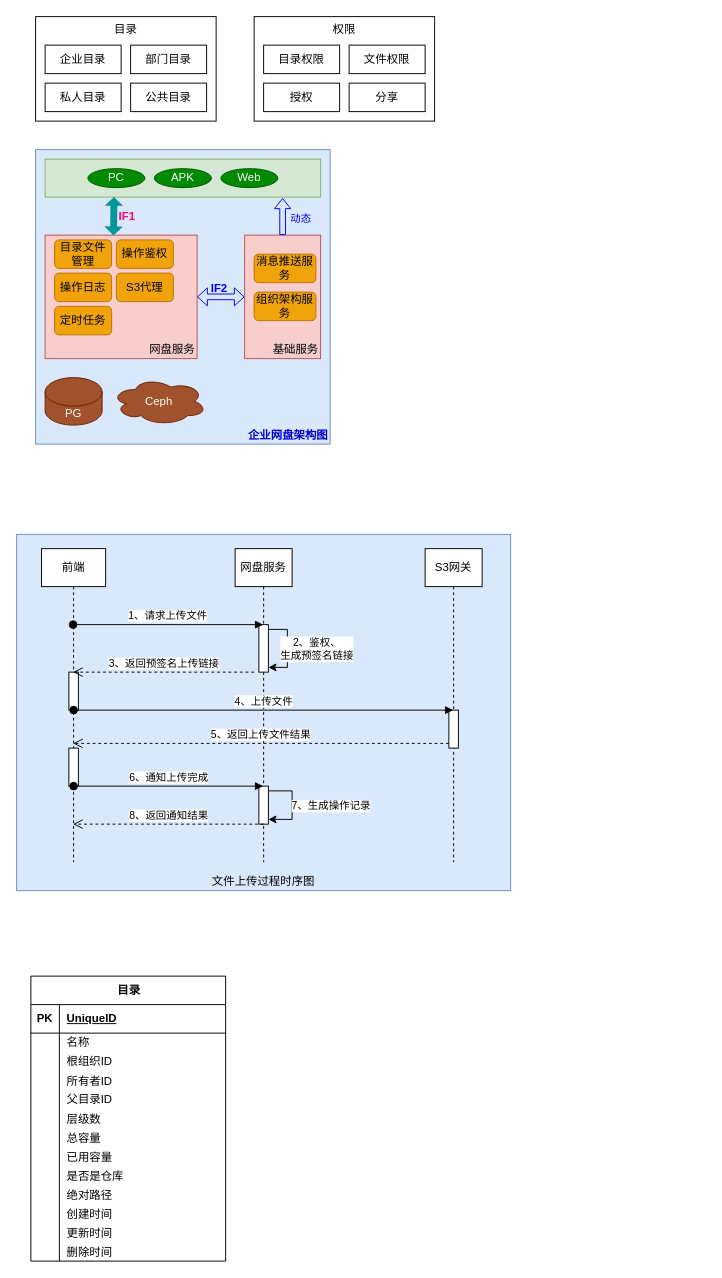
Above: page "企业网盘" (4 of 4) of StreamOA架构设计.drawio in zebra-min/my-design (draw.io), before the change. Source tidied: cells renumbered, new cells numbered last; positions are measured from the earlier drawing's top-left corner, leaving out a move shared by most shapes. Both pictures are drawn from the tidied source at 95%, with x=0, y=0 at pixel (16, 16).
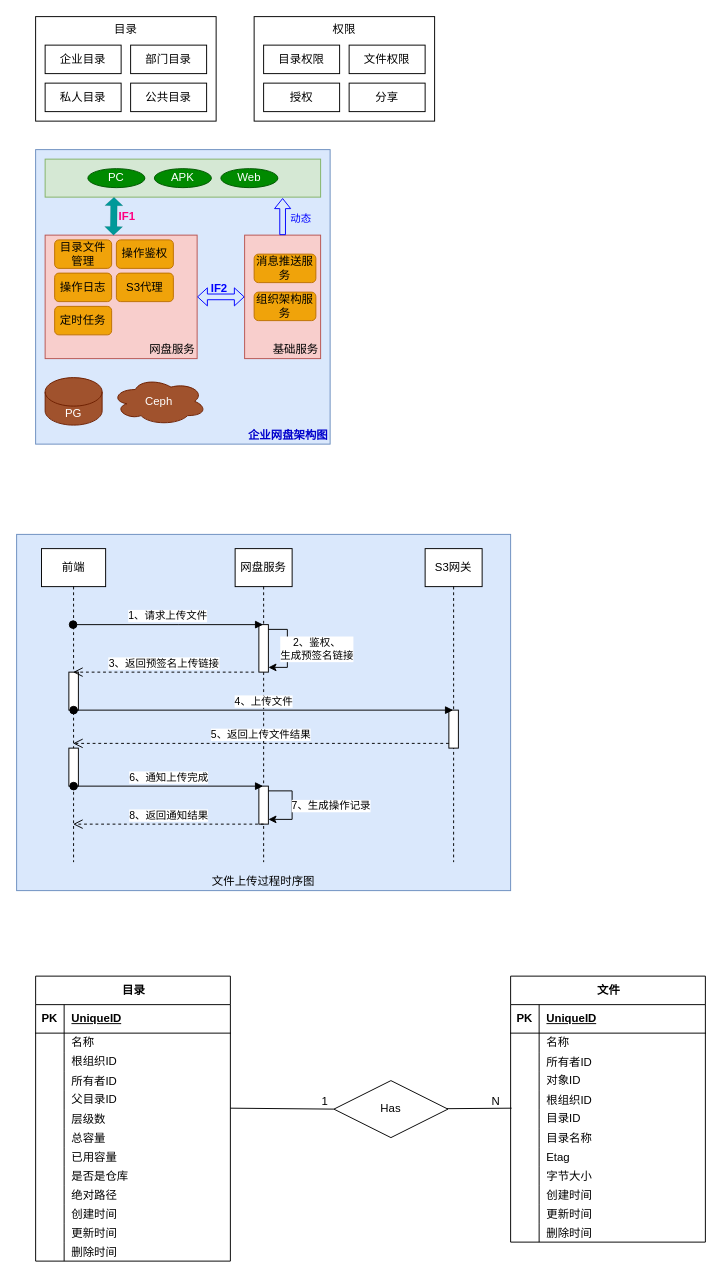
The same diagram, later.

Commit message:
更新StreamOA架构设计.drawio

Unchanged cells that the change refers to:
```xml
<mxCell id="69" style="shape=tableRow;horizontal=0;startSize=0;swimlaneHead=0;swimlaneBody=0;fillColor=none;points=[[0,0.5],[1,0.5]];portConstraint=eastwest;top=0;left=0;right=0;bottom=0;" parent="53" vertex="1">
  <mxGeometry y="140" width="205" height="20" as="geometry" />
</mxCell>
```

Change to the diagram source:
```diff
@@
     <mxCell id="53" value="目录" style="shape=table;startSize=30;childLayout=tableLayout;rowLines=0;fontStyle=1;align=center;html=1;" parent="1" vertex="1">
-      <mxGeometry x="15" y="1010" width="205" height="300" as="geometry" />
+      <mxGeometry x="20" y="1010" width="205" height="300" as="geometry" />
     </mxCell>
@@
+    <mxCell id="93" value="文件" style="shape=table;startSize=30;childLayout=tableLayout;rowLines=0;fontStyle=1;align=center;html=1;" parent="1" vertex="1">
+      <mxGeometry x="520" y="1010" width="205" height="280" as="geometry" />
+    </mxCell>
+    <mxCell id="94" style="shape=tableRow;horizontal=0;startSize=0;swimlaneHead=0;swimlaneBody=0;fillColor=none;top=0;left=0;right=0;bottom=1;" parent="93" vertex="1">
+      <mxGeometry y="30" width="205" height="30" as="geometry" />
+    </mxCell>
+    <mxCell id="95" value="PK" style="shape=partialRectangle;fillColor=none;top=0;left=0;bottom=0;right=0;fontStyle=1;overflow=hidden;whiteSpace=wrap;html=1;" parent="94" vertex="1">
+      <mxGeometry width="30" height="30" as="geometry" />
+    </mxCell>
+    <mxCell id="96" value="UniqueID" style="shape=partialRectangle;fillColor=none;top=0;left=0;bottom=0;right=0;align=left;spacingLeft=6;fontStyle=5;overflow=hidden;whiteSpace=wrap;html=1;" parent="94" vertex="1">
+      <mxGeometry x="30" width="175" height="30" as="geometry" />
+    </mxCell>
+    <mxCell id="97" style="shape=tableRow;horizontal=0;startSize=0;swimlaneHead=0;swimlaneBody=0;fillColor=none;top=0;left=0;right=0;bottom=0;" parent="93" vertex="1">
+      <mxGeometry y="60" width="205" height="20" as="geometry" />
+    </mxCell>
+    <mxCell id="98" style="shape=partialRectangle;fillColor=none;top=0;left=0;bottom=0;right=0;overflow=hidden;whiteSpace=wrap;html=1;" parent="97" vertex="1">
+      <mxGeometry width="30" height="20" as="geometry" />
+    </mxCell>
+    <mxCell id="99" value="名称" style="shape=partialRectangle;fillColor=none;top=0;left=0;bottom=0;right=0;align=left;spacingLeft=6;overflow=hidden;whiteSpace=wrap;html=1;" parent="97" vertex="1">
+      <mxGeometry x="30" width="175" height="20" as="geometry" />
+    </mxCell>
+    <mxCell id="100" style="shape=tableRow;horizontal=0;startSize=0;swimlaneHead=0;swimlaneBody=0;fillColor=none;top=0;left=0;right=0;bottom=0;" parent="93" vertex="1">
+      <mxGeometry y="80" width="205" height="20" as="geometry" />
+    </mxCell>
+    <mxCell id="101" style="shape=partialRectangle;fillColor=none;top=0;left=0;bottom=0;right=0;overflow=hidden;" parent="100" vertex="1">
+      <mxGeometry width="30" height="20" as="geometry" />
+    </mxCell>
+    <mxCell id="102" value="所有者ID" style="shape=partialRectangle;fillColor=none;top=0;left=0;bottom=0;right=0;align=left;spacingLeft=6;overflow=hidden;" parent="100" vertex="1">
+      <mxGeometry x="30" width="175" height="20" as="geometry" />
+    </mxCell>
+    <mxCell id="103" style="shape=tableRow;horizontal=0;startSize=0;swimlaneHead=0;swimlaneBody=0;fillColor=none;top=0;left=0;right=0;bottom=0;" parent="93" vertex="1">
+      <mxGeometry y="100" width="205" height="20" as="geometry" />
+    </mxCell>
+    <mxCell id="104" style="shape=partialRectangle;fillColor=none;top=0;left=0;bottom=0;right=0;overflow=hidden;whiteSpace=wrap;html=1;" parent="103" vertex="1">
+      <mxGeometry width="30" height="20" as="geometry" />
+    </mxCell>
+    <mxCell id="105" value="对象ID" style="shape=partialRectangle;fillColor=none;top=0;left=0;bottom=0;right=0;align=left;spacingLeft=6;overflow=hidden;whiteSpace=wrap;html=1;" parent="103" vertex="1">
+      <mxGeometry x="30" width="175" height="20" as="geometry" />
+    </mxCell>
+    <mxCell id="106" style="shape=tableRow;horizontal=0;startSize=0;swimlaneHead=0;swimlaneBody=0;fillColor=none;top=0;left=0;right=0;bottom=0;" parent="93" vertex="1">
+      <mxGeometry y="120" width="205" height="20" as="geometry" />
+    </mxCell>
+    <mxCell id="107" style="shape=partialRectangle;fillColor=none;top=0;left=0;bottom=0;right=0;overflow=hidden;" parent="106" vertex="1">
+      <mxGeometry width="30" height="20" as="geometry" />
+    </mxCell>
+    <mxCell id="108" value="根组织ID" style="shape=partialRectangle;fillColor=none;top=0;left=0;bottom=0;right=0;align=left;spacingLeft=6;overflow=hidden;" parent="106" vertex="1">
+      <mxGeometry x="30" width="175" height="20" as="geometry" />
+    </mxCell>
+    <mxCell id="109" style="shape=tableRow;horizontal=0;startSize=0;swimlaneHead=0;swimlaneBody=0;fillColor=none;points=[[0,0.5],[1,0.5]];portConstraint=eastwest;top=0;left=0;right=0;bottom=0;" parent="93" vertex="1">
+      <mxGeometry y="140" width="205" height="20" as="geometry" />
+    </mxCell>
+    <mxCell id="110" style="shape=partialRectangle;fillColor=none;top=0;left=0;bottom=0;right=0;overflow=hidden;whiteSpace=wrap;html=1;" parent="109" vertex="1">
+      <mxGeometry width="30" height="20" as="geometry" />
+    </mxCell>
+    <mxCell id="111" value="&lt;div&gt;&lt;span style=&quot;background-color: initial;&quot;&gt;目录ID&lt;/span&gt;&lt;br&gt;&lt;/div&gt;" style="shape=partialRectangle;fillColor=none;top=0;left=0;bottom=0;right=0;align=left;spacingLeft=6;overflow=hidden;whiteSpace=wrap;html=1;" parent="109" vertex="1">
+      <mxGeometry x="30" width="175" height="20" as="geometry" />
+    </mxCell>
+    <mxCell id="112" style="shape=tableRow;horizontal=0;startSize=0;swimlaneHead=0;swimlaneBody=0;fillColor=none;top=0;left=0;right=0;bottom=0;" parent="93" vertex="1">
+      <mxGeometry y="160" width="205" height="20" as="geometry" />
+    </mxCell>
+    <mxCell id="113" style="shape=partialRectangle;fillColor=none;top=0;left=0;bottom=0;right=0;overflow=hidden;" parent="112" vertex="1">
+      <mxGeometry width="30" height="20" as="geometry" />
+    </mxCell>
+    <mxCell id="114" value="目录名称" style="shape=partialRectangle;fillColor=none;top=0;left=0;bottom=0;right=0;align=left;spacingLeft=6;overflow=hidden;" parent="112" vertex="1">
+      <mxGeometry x="30" width="175" height="20" as="geometry" />
+    </mxCell>
+    <mxCell id="115" style="shape=tableRow;horizontal=0;startSize=0;swimlaneHead=0;swimlaneBody=0;fillColor=none;top=0;left=0;right=0;bottom=0;" parent="93" vertex="1">
+      <mxGeometry y="180" width="205" height="20" as="geometry" />
+    </mxCell>
+    <mxCell id="116" style="shape=partialRectangle;fillColor=none;top=0;left=0;bottom=0;right=0;overflow=hidden;" parent="115" vertex="1">
+      <mxGeometry width="30" height="20" as="geometry" />
+    </mxCell>
+    <mxCell id="117" value="Etag" style="shape=partialRectangle;fillColor=none;top=0;left=0;bottom=0;right=0;align=left;spacingLeft=6;overflow=hidden;" parent="115" vertex="1">
+      <mxGeometry x="30" width="175" height="20" as="geometry" />
+    </mxCell>
+    <mxCell id="118" style="shape=tableRow;horizontal=0;startSize=0;swimlaneHead=0;swimlaneBody=0;fillColor=none;top=0;left=0;right=0;bottom=0;" parent="93" vertex="1">
+      <mxGeometry y="200" width="205" height="20" as="geometry" />
+    </mxCell>
+    <mxCell id="119" style="shape=partialRectangle;fillColor=none;top=0;left=0;bottom=0;right=0;overflow=hidden;" parent="118" vertex="1">
+      <mxGeometry width="30" height="20" as="geometry" />
+    </mxCell>
+    <mxCell id="120" value="字节大小" style="shape=partialRectangle;fillColor=none;top=0;left=0;bottom=0;right=0;align=left;spacingLeft=6;overflow=hidden;" parent="118" vertex="1">
+      <mxGeometry x="30" width="175" height="20" as="geometry" />
+    </mxCell>
+    <mxCell id="121" style="shape=tableRow;horizontal=0;startSize=0;swimlaneHead=0;swimlaneBody=0;fillColor=none;top=0;left=0;right=0;bottom=0;" parent="93" vertex="1">
+      <mxGeometry y="220" width="205" height="20" as="geometry" />
+    </mxCell>
+    <mxCell id="122" style="shape=partialRectangle;fillColor=none;top=0;left=0;bottom=0;right=0;overflow=hidden;" parent="121" vertex="1">
+      <mxGeometry width="30" height="20" as="geometry" />
+    </mxCell>
+    <mxCell id="123" value="创建时间" style="shape=partialRectangle;fillColor=none;top=0;left=0;bottom=0;right=0;align=left;spacingLeft=6;overflow=hidden;" parent="121" vertex="1">
+      <mxGeometry x="30" width="175" height="20" as="geometry" />
+    </mxCell>
+    <mxCell id="124" style="shape=tableRow;horizontal=0;startSize=0;swimlaneHead=0;swimlaneBody=0;fillColor=none;top=0;left=0;right=0;bottom=0;" parent="93" vertex="1">
+      <mxGeometry y="240" width="205" height="20" as="geometry" />
+    </mxCell>
+    <mxCell id="125" style="shape=partialRectangle;fillColor=none;top=0;left=0;bottom=0;right=0;overflow=hidden;" parent="124" vertex="1">
+      <mxGeometry width="30" height="20" as="geometry" />
+    </mxCell>
+    <mxCell id="126" value="更新时间" style="shape=partialRectangle;fillColor=none;top=0;left=0;bottom=0;right=0;align=left;spacingLeft=6;overflow=hidden;" parent="124" vertex="1">
+      <mxGeometry x="30" width="175" height="20" as="geometry" />
+    </mxCell>
+    <mxCell id="127" style="shape=tableRow;horizontal=0;startSize=0;swimlaneHead=0;swimlaneBody=0;fillColor=none;top=0;left=0;right=0;bottom=0;" parent="93" vertex="1">
+      <mxGeometry y="260" width="205" height="20" as="geometry" />
+    </mxCell>
+    <mxCell id="128" style="shape=partialRectangle;fillColor=none;top=0;left=0;bottom=0;right=0;overflow=hidden;" parent="127" vertex="1">
+      <mxGeometry width="30" height="20" as="geometry" />
+    </mxCell>
+    <mxCell id="129" value="删除时间" style="shape=partialRectangle;fillColor=none;top=0;left=0;bottom=0;right=0;align=left;spacingLeft=6;overflow=hidden;" parent="127" vertex="1">
+      <mxGeometry x="30" width="175" height="20" as="geometry" />
+    </mxCell>
+    <mxCell id="130" value="Has" style="shape=rhombus;perimeter=rhombusPerimeter;whiteSpace=wrap;html=1;align=center;" parent="1" vertex="1">
+      <mxGeometry x="334" y="1120" width="120" height="60" as="geometry" />
+    </mxCell>
+    <mxCell id="131" style="endArrow=none;html=1;rounded=0;entryX=0.005;entryY=-0.05;entryDx=0;entryDy=0;entryPerimeter=0;" parent="1" edge="1" source="130" target="109">
+      <mxGeometry relative="1" as="geometry" />
+    </mxCell>
+    <mxCell id="132" value="N" style="html=1;whiteSpace=wrap;align=right;verticalAlign=bottom;" parent="131" vertex="1">
+      <mxGeometry x="1" relative="1" as="geometry">
+        <mxPoint x="-11" y="1" as="offset" />
+      </mxGeometry>
+    </mxCell>
+    <mxCell id="133" style="endArrow=none;html=1;rounded=0;exitX=1;exitY=-0.05;exitDx=0;exitDy=0;exitPerimeter=0;entryX=0;entryY=0.5;entryDx=0;entryDy=0;" parent="1" edge="1" source="69" target="130">
+      <mxGeometry relative="1" as="geometry" />
+    </mxCell>
+    <mxCell id="134" value="1" style="html=1;whiteSpace=wrap;align=right;verticalAlign=bottom;" parent="133" vertex="1">
+      <mxGeometry x="1" relative="1" as="geometry">
+        <mxPoint x="-5" as="offset" />
+      </mxGeometry>
+    </mxCell>
```
